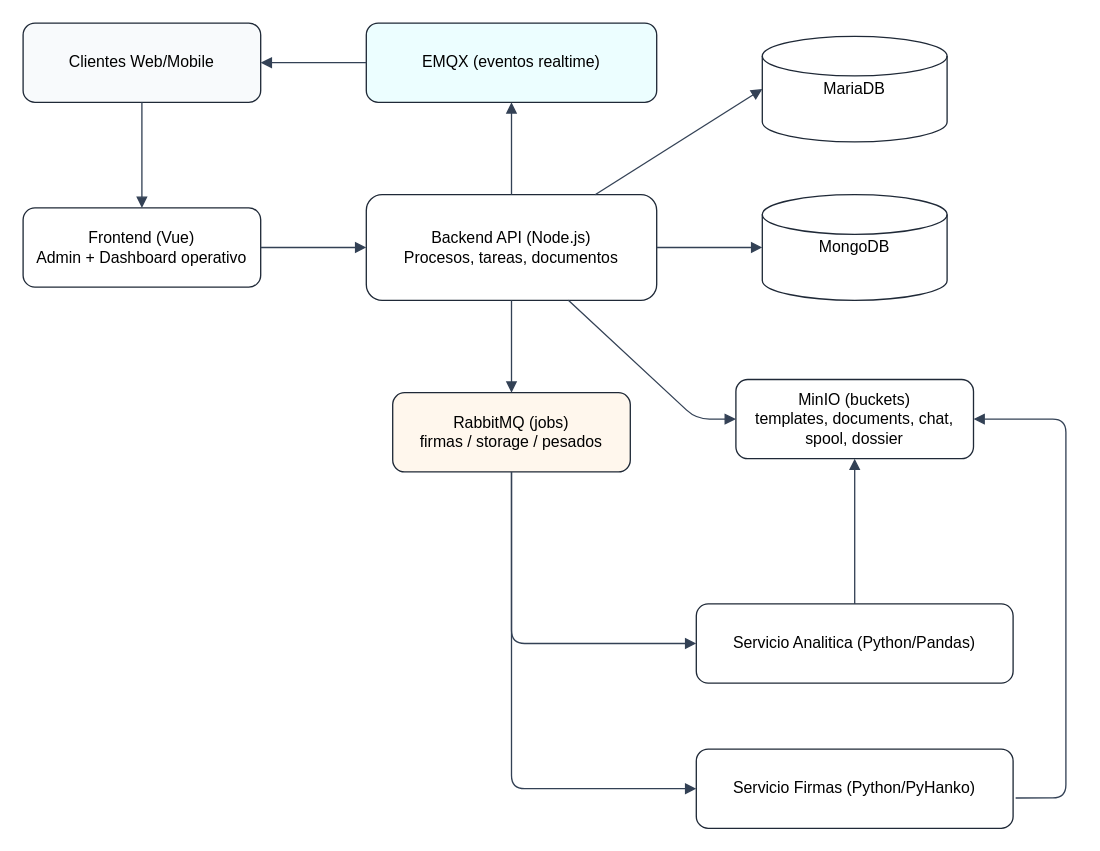
fresvel/deasy keeps this draw.io diagram as docs/docs-md-antiguos/01-arquitectura/arquitectura.drawio. Above is the earlier version. Source tidied: cells renumbered, new cells numbered last; positions are measured from the earlier drawing's top-left corner, leaving out a move shared by most shapes. Both pictures are drawn from the tidied source at 132%, with x=0, y=0 at pixel (22, 22).
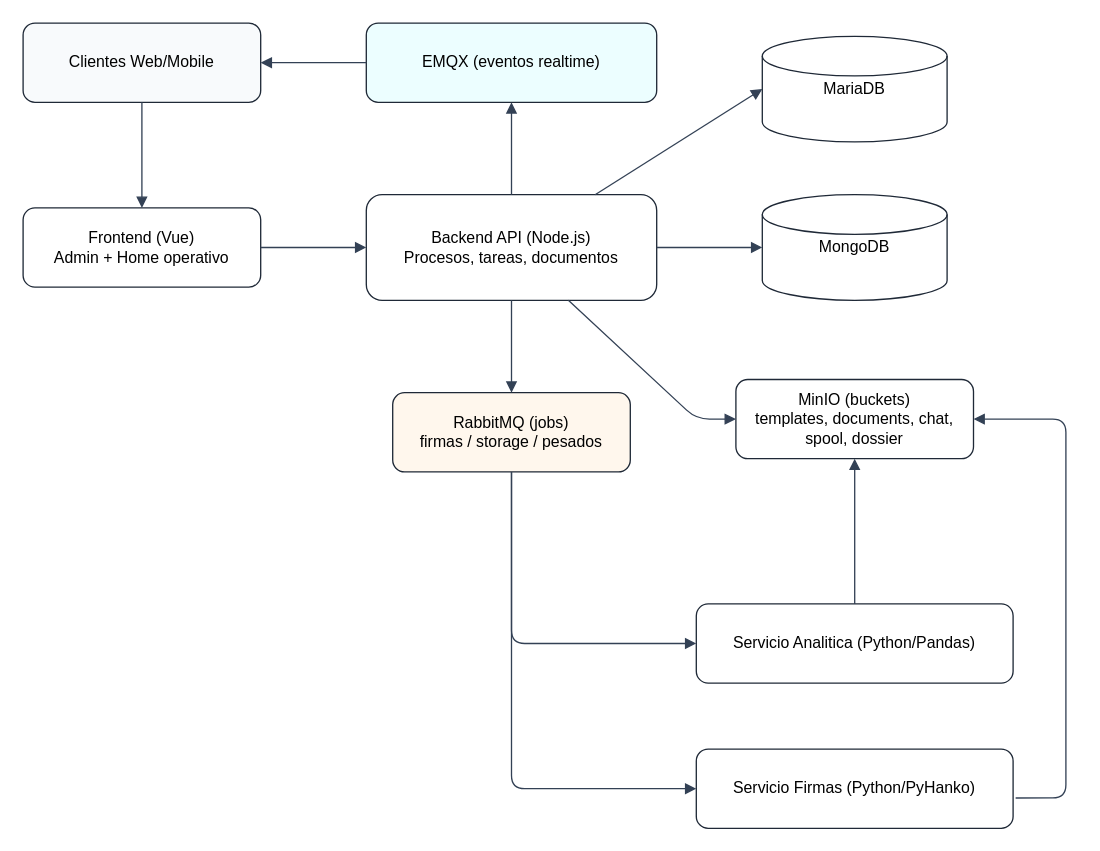
The same page after the edit.

Change to the diagram source:
```diff
@@
-    <mxCell id="3" value="Frontend (Vue)&lt;br&gt;Admin + Dashboard operativo" style="rounded=1;whiteSpace=wrap;html=1;fillColor=#ffffff;strokeColor=#1f2937;fontFamily=Helvetica;" parent="1" vertex="1">
+    <mxCell id="3" value="Frontend (Vue)&lt;br&gt;Admin + Home operativo" style="rounded=1;whiteSpace=wrap;html=1;fillColor=#ffffff;strokeColor=#1f2937;fontFamily=Helvetica;" parent="1" vertex="1">
       <mxGeometry y="140" width="180" height="60" as="geometry" />
     </mxCell>
```
